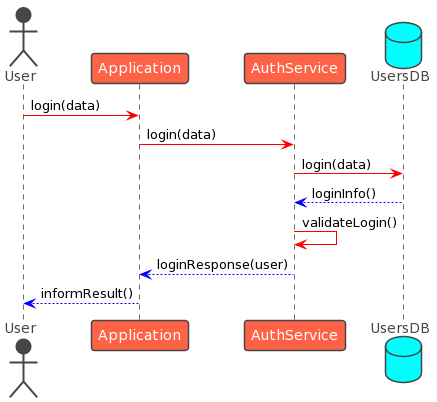
Above: images/06-loginSecuencia.png in Arquisoft/wiq_es05c (PlantUML), before the change.
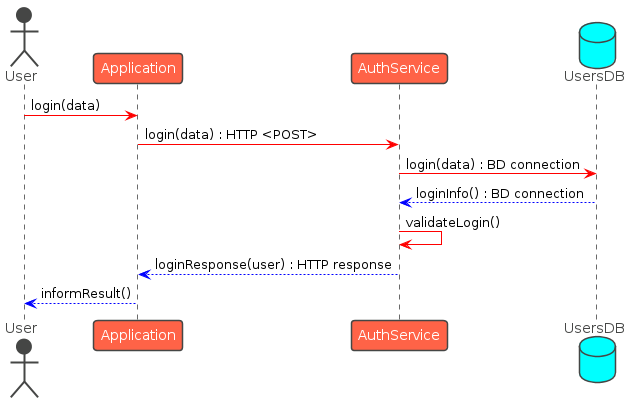
After the change.

The edit, as a diff of the source:
```diff
@@ -8,13 +8,13 @@
 database UsersDB as db
 
 User -[#red]> app : login(data)
-app -[#red]> log : login(data)
+app -[#red]> log : login(data) : HTTP <POST>
 
-log -[#red]> db : login(data)
-db -[#blue]-> log : loginInfo()
+log -[#red]> db : login(data) : BD connection
+db -[#blue]-> log : loginInfo() : BD connection
 log -[#red]> log : validateLogin()
 
-log -[#blue]-> app : loginResponse(user)
+log -[#blue]-> app : loginResponse(user) : HTTP response
 
 app -[#blue]-> User : informResult()
 @enduml
```
